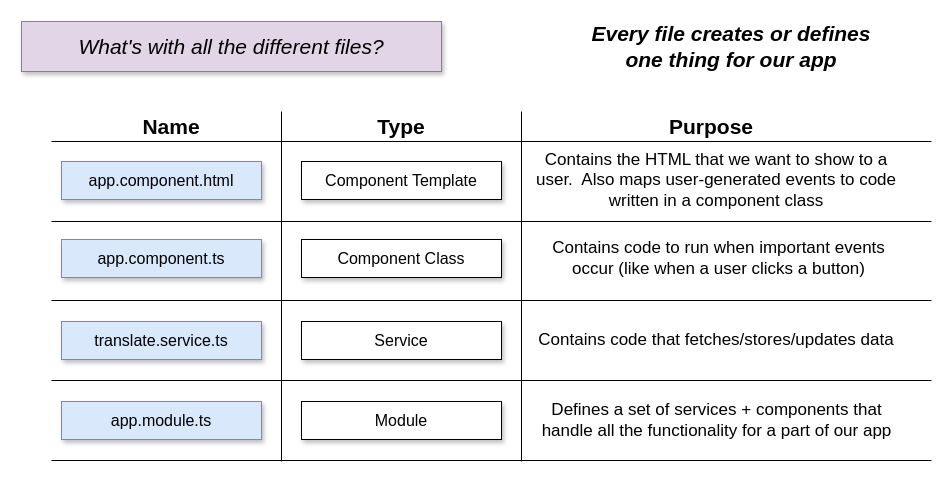
This is page "09 - q" (9 of 14) of diagrams/cards/cards.drawio from StephenGrider/ng-casts, a draw.io file, before an edit. Source tidied: cells renumbered, new cells numbered last; positions are measured from the earlier drawing's top-left corner, leaving out a move shared by most shapes. Both pictures are drawn from the tidied source at 100%, with x=0, y=0 at pixel (21, 21).
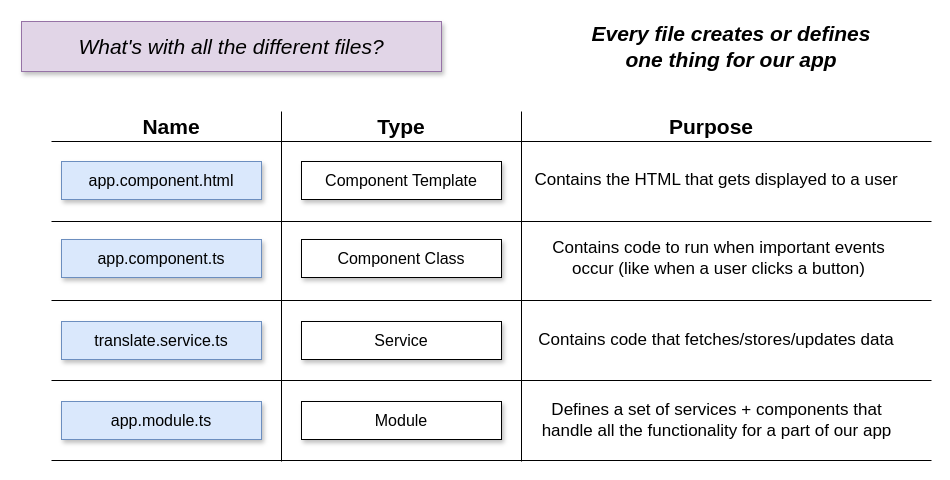
The same page after the edit.

What changed in the source:
```diff
@@
-    <mxCell id="17" value="Contains the HTML that we want to show to a user.&amp;nbsp; Also maps user-generated events to code written in a component class" style="text;html=1;strokeColor=none;fillColor=none;align=center;verticalAlign=middle;whiteSpace=wrap;rounded=0;shadow=1;fontSize=17;fontStyle=0;" parent="1" vertex="1">
+    <mxCell id="17" value="Contains the HTML that gets displayed to a user" style="text;html=1;strokeColor=none;fillColor=none;align=center;verticalAlign=middle;whiteSpace=wrap;rounded=0;shadow=1;fontSize=17;fontStyle=0;" parent="1" vertex="1">
       <mxGeometry x="505" y="144" width="380" height="30" as="geometry" />
     </mxCell>
```
